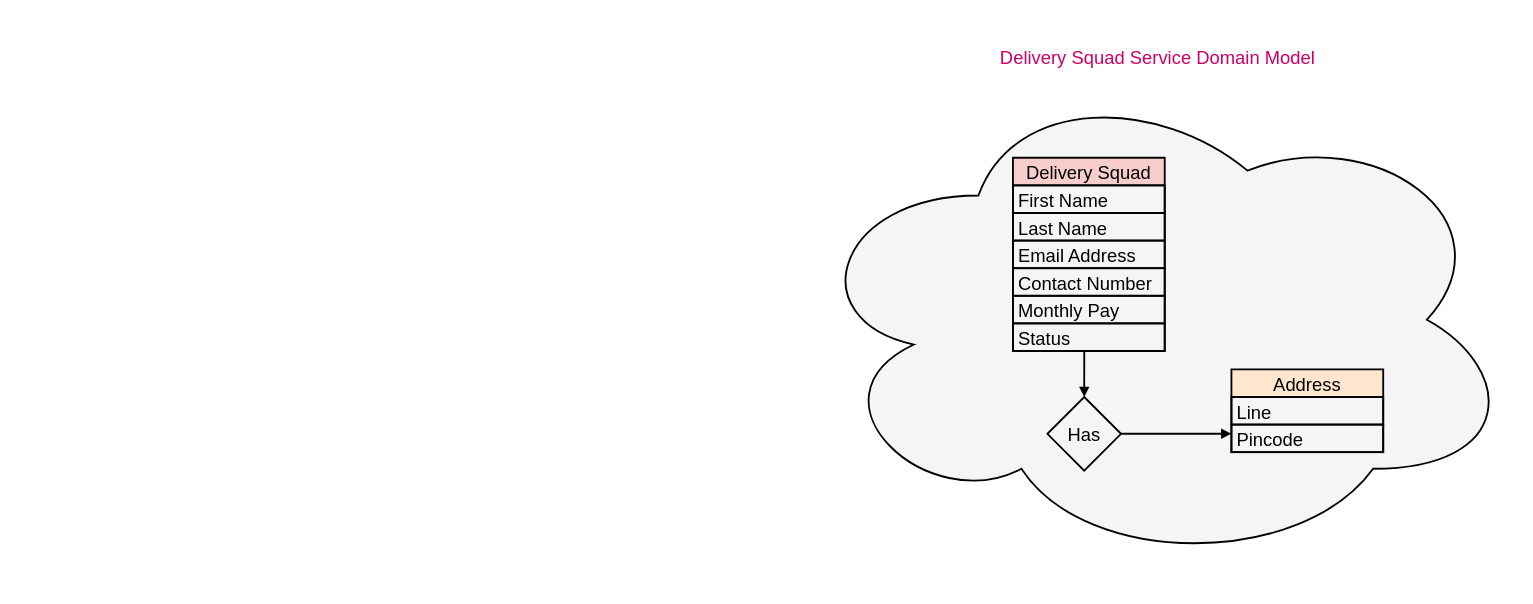
dudhwalas/dudhwala keeps this draw.io diagram as docs/diagram/deliverysquad_service_domain_model.drawio. Above is the earlier version. Source tidied: cells renumbered, new cells numbered last; positions are measured from the earlier drawing's top-left corner, leaving out a move shared by most shapes. Both pictures are drawn from the tidied source at 92%, with x=0, y=0 at pixel (799, 71).
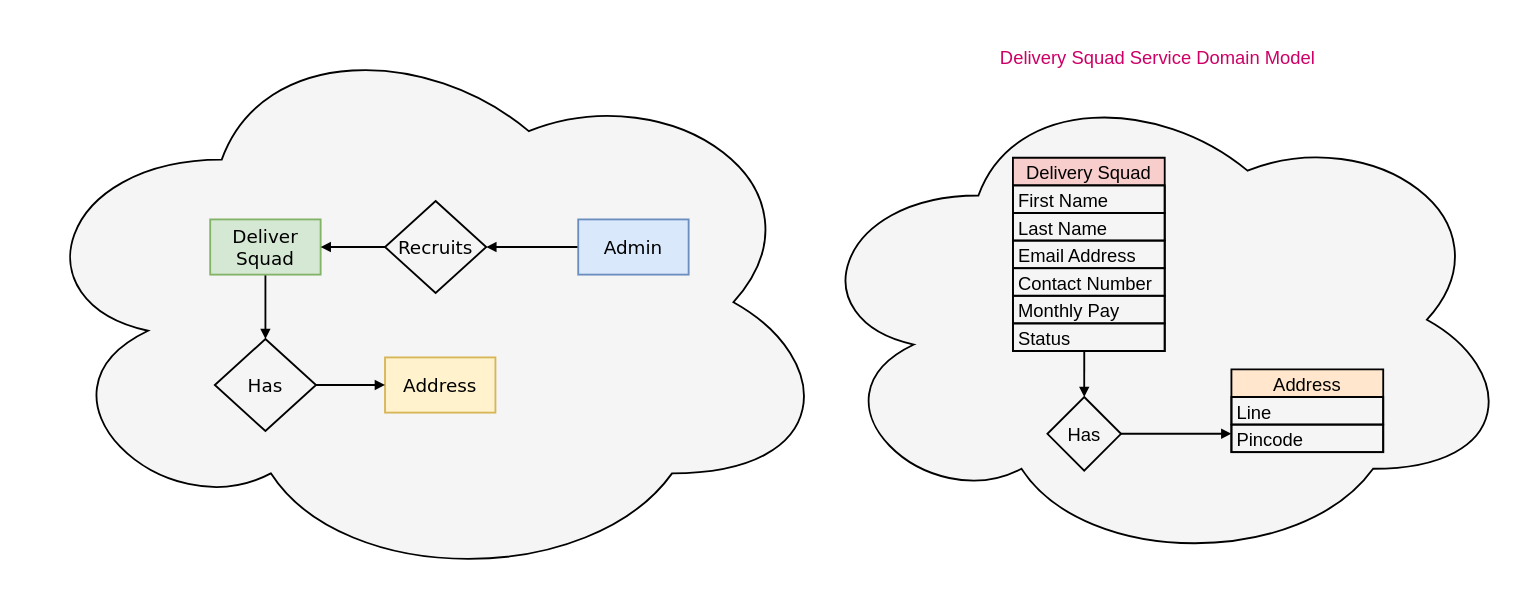
After the change.

Commit message (it also covers changes not shown here):
added product catalog service specs

Change to the diagram source:
```diff
@@
+    <mxCell id="16" style="ellipse;shape=cloud;whiteSpace=wrap;html=1;fillColor=#f5f5f5;fontColor=#CC0066;strokeColor=#000000;strokeWidth=2;labelPosition=center;verticalLabelPosition=top;align=center;verticalAlign=bottom;fontSize=20;" parent="1" vertex="1">
+      <mxGeometry x="-850" y="-59" width="890" height="620" as="geometry" />
+    </mxCell>
+    <mxCell id="17" style="edgeStyle=none;html=1;exitX=0.5;exitY=1;exitDx=0;exitDy=0;entryX=0.5;entryY=0;entryDx=0;entryDy=0;strokeWidth=2;endArrow=block;endFill=1;" parent="1" edge="1" source="18" target="25">
+      <mxGeometry relative="1" as="geometry" />
+    </mxCell>
+    <mxCell id="18" value="Deliver Squad" style="rounded=0;whiteSpace=wrap;html=1;labelBackgroundColor=none;labelBorderColor=none;spacing=0;fontSize=20;fillColor=#d5e8d4;strokeColor=#82b366;sketch=0;glass=0;fontFamily=Verdana;strokeWidth=2;" parent="1" vertex="1">
+      <mxGeometry x="-640" y="161" width="120" height="60" as="geometry" />
+    </mxCell>
+    <mxCell id="19" value="Address" style="rounded=0;whiteSpace=wrap;html=1;labelBackgroundColor=none;labelBorderColor=none;spacing=0;fontSize=20;fillColor=#fff2cc;strokeColor=#d6b656;sketch=0;glass=0;fontFamily=Verdana;strokeWidth=2;" parent="1" vertex="1">
+      <mxGeometry x="-450" y="311" width="120" height="60" as="geometry" />
+    </mxCell>
+    <mxCell id="20" style="edgeStyle=none;html=1;exitX=0;exitY=0.5;exitDx=0;exitDy=0;entryX=1;entryY=0.5;entryDx=0;entryDy=0;strokeWidth=2;endArrow=block;endFill=1;" parent="1" edge="1" source="21" target="23">
+      <mxGeometry relative="1" as="geometry" />
+    </mxCell>
+    <mxCell id="21" value="Admin" style="rounded=0;whiteSpace=wrap;html=1;labelBackgroundColor=none;labelBorderColor=none;spacing=0;fontSize=20;fillColor=#dae8fc;strokeColor=#6c8ebf;sketch=0;glass=0;fontFamily=Verdana;strokeWidth=2;" parent="1" vertex="1">
+      <mxGeometry x="-240" y="161" width="120" height="60" as="geometry" />
+    </mxCell>
+    <mxCell id="22" style="edgeStyle=none;html=1;exitX=0;exitY=0.5;exitDx=0;exitDy=0;entryX=1;entryY=0.5;entryDx=0;entryDy=0;strokeWidth=2;endArrow=block;endFill=1;" parent="1" edge="1" source="23" target="18">
+      <mxGeometry relative="1" as="geometry" />
+    </mxCell>
+    <mxCell id="23" value="Recruits" style="rhombus;whiteSpace=wrap;html=1;fontSize=20;fillColor=none;strokeWidth=2;strokeColor=#000000;fontFamily=Verdana;" parent="1" vertex="1">
+      <mxGeometry x="-450" y="141" width="110" height="100" as="geometry" />
+    </mxCell>
+    <mxCell id="24" style="edgeStyle=none;html=1;exitX=1;exitY=0.5;exitDx=0;exitDy=0;strokeWidth=2;endArrow=block;endFill=1;" parent="1" edge="1" source="25" target="19">
+      <mxGeometry relative="1" as="geometry" />
+    </mxCell>
+    <mxCell id="25" value="Has" style="rhombus;whiteSpace=wrap;html=1;fontSize=20;fillColor=none;strokeWidth=2;strokeColor=#000000;fontFamily=Verdana;" parent="1" vertex="1">
+      <mxGeometry x="-635" y="291" width="110" height="100" as="geometry" />
+    </mxCell>
```
